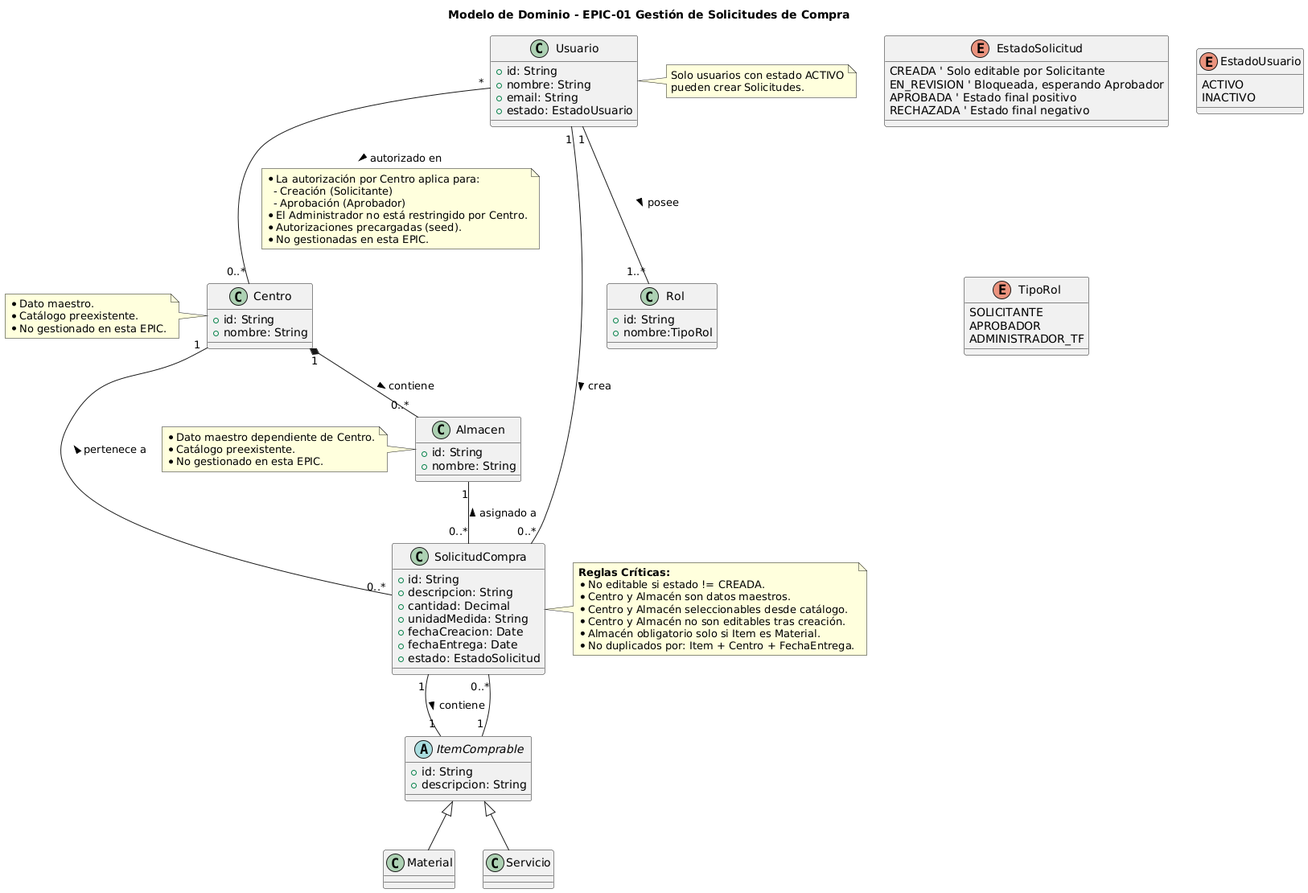
Above: DOCS/MODELO-DOMINIO/Modelo_Dominio_UML_EPIC_01.png in Eileen0205/mvp-sap-mm-next (PlantUML), before the change.
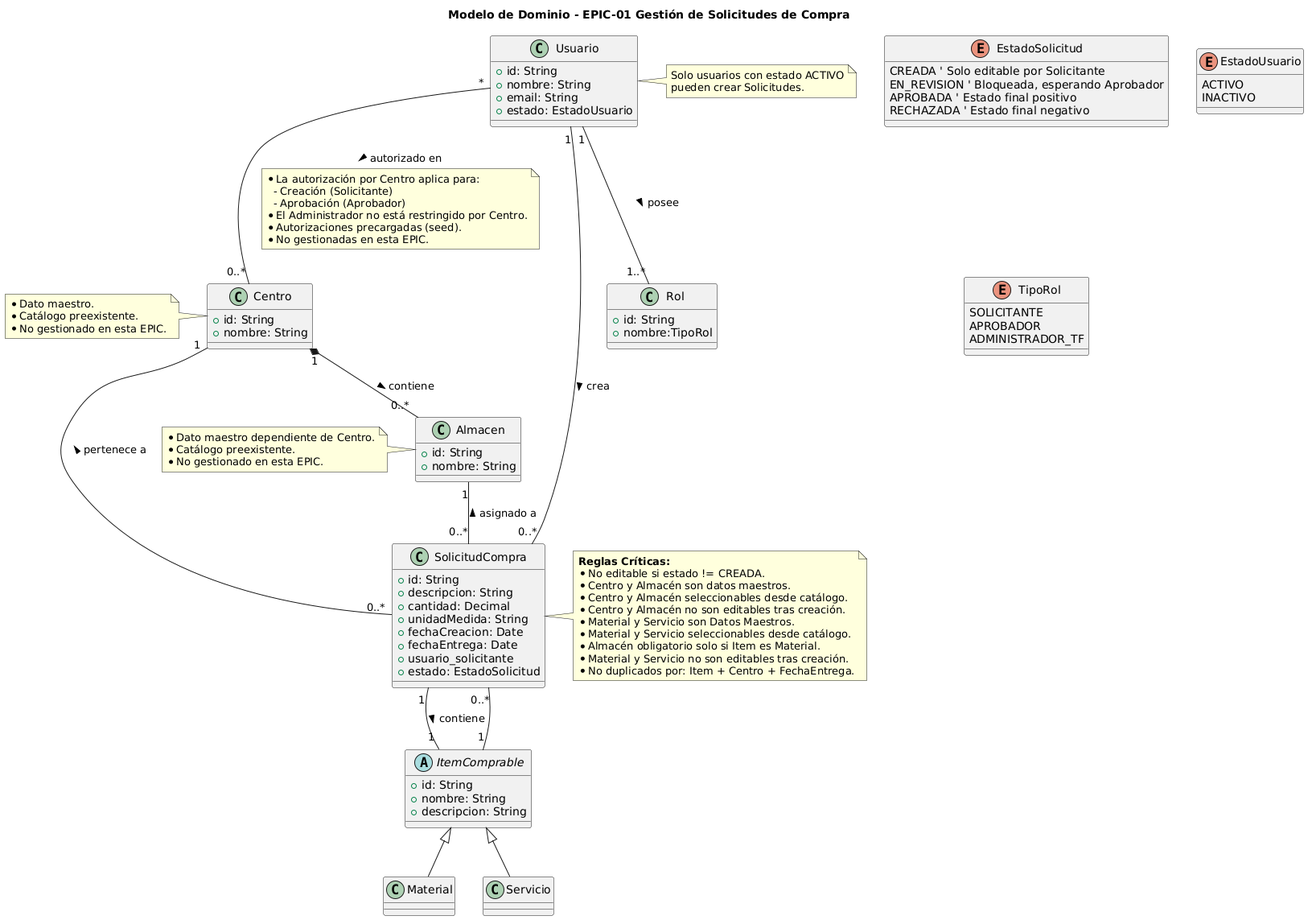
The same diagram one commit later.

Commit message:
refactor: mejoras de consistencia en el dominio

Change to the diagram source:
```diff
@@ -28,6 +28,7 @@
   +unidadMedida: String
   +fechaCreacion: Date
   +fechaEntrega: Date
+  +usuario_solicitante
   +estado: EstadoSolicitud
 }
 
@@ -40,6 +41,7 @@
 
 abstract class ItemComprable {
   +id: String
+  +nombre: String
   +descripcion: String
 }
 
@@ -110,7 +112,10 @@
   * Centro y Almacén son datos maestros.
   * Centro y Almacén seleccionables desde catálogo.
   * Centro y Almacén no son editables tras creación.
+  * Material y Servicio son Datos Maestros.
+  * Material y Servicio seleccionables desde catálogo.
   * Almacén obligatorio solo si Item es Material.
+  * Material y Servicio no son editables tras creación.
   * No duplicados por: Item + Centro + FechaEntrega.
 end note
 
```
